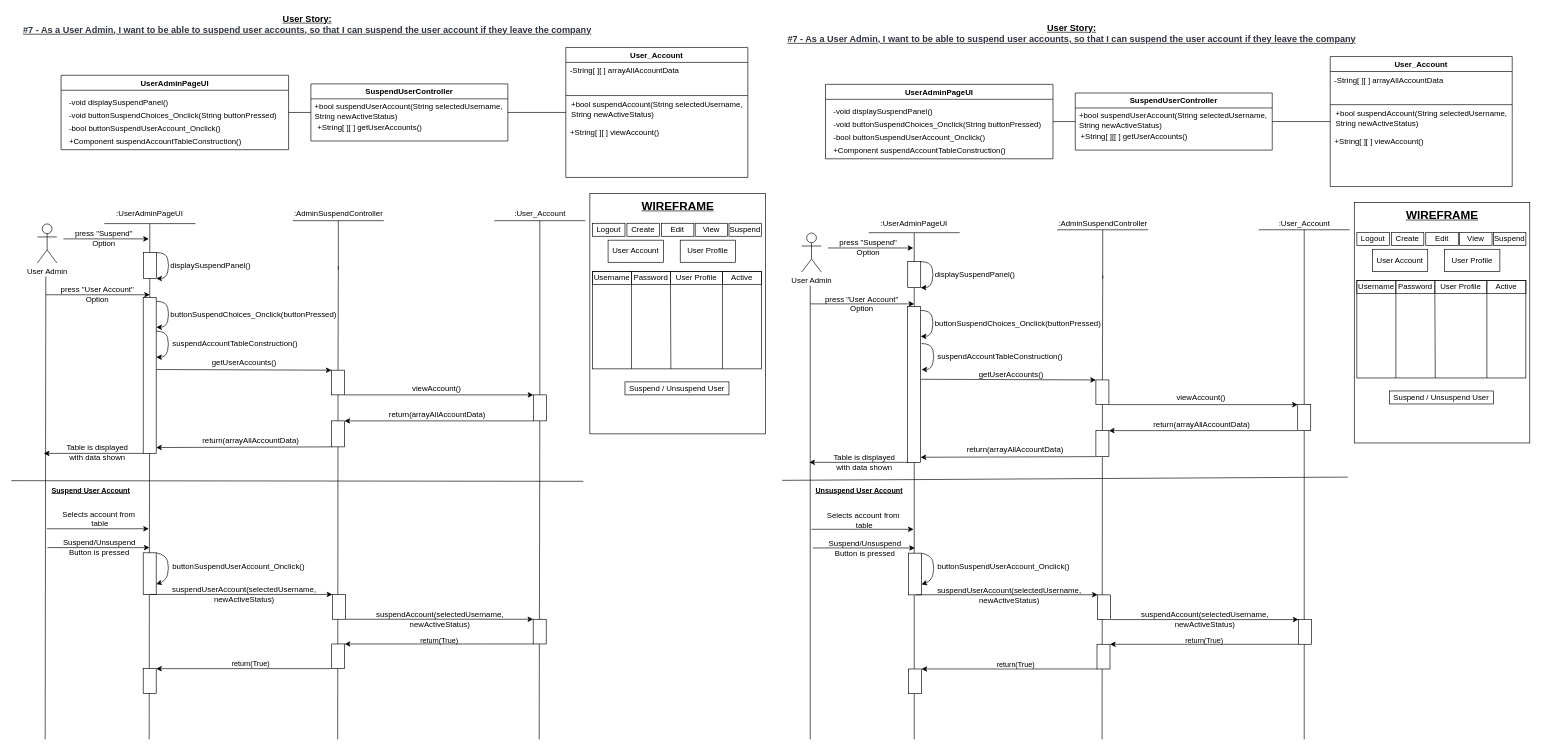
Before: BCE_UML_and_Diagrams/UserAdmin/UserAdmin_Suspend(UserStory_7)/UserStory_7_BCE_Sequence.drawio in extred5700/JAVAGUI-Restaurant-Table-Order-System, a draw.io diagram. Source tidied: cells renumbered, new cells numbered last; positions are measured from the earlier drawing's top-left corner, leaving out a move shared by most shapes. Both pictures are drawn from the tidied source at 65%, with x=0, y=0 at pixel (11, 11).
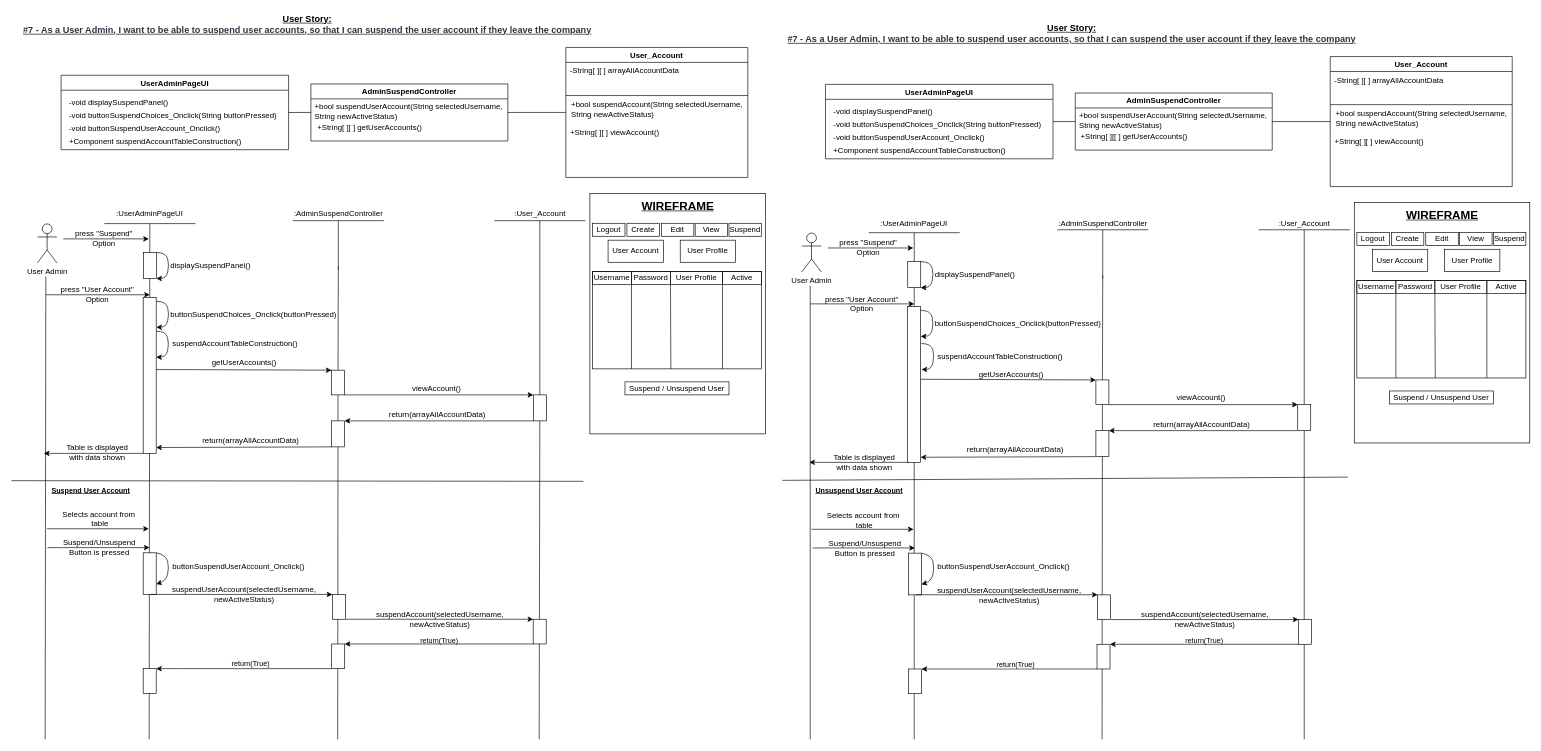
The same page after the edit.

Unchanged cells that the change refers to:
```xml
<mxCell id="5" value="UserAdminPageUI" style="swimlane;" parent="1" vertex="1">
  <mxGeometry x="76.5" y="98.3" width="350" height="114.5" as="geometry" />
</mxCell>
<mxCell id="99" value="UserAdminPageUI" style="swimlane;" parent="1" vertex="1">
  <mxGeometry x="1252.5" y="112.3" width="350" height="114.5" as="geometry" />
</mxCell>
```

What changed in the source:
```diff
@@
-    <mxCell id="7" value="-bool buttonSuspendUserAccount_Onclick()" style="text;html=1;align=left;verticalAlign=middle;strokeColor=none;fillColor=none;" parent="5" vertex="1">
+    <mxCell id="7" value="-void buttonSuspendUserAccount_Onclick()" style="text;html=1;align=left;verticalAlign=middle;strokeColor=none;fillColor=none;" parent="5" vertex="1">
       <mxGeometry x="10" y="71.7" width="250" height="20" as="geometry" />
     </mxCell>
@@
-    <mxCell id="10" value="SuspendUserController" style="swimlane;" parent="1" vertex="1">
+    <mxCell id="10" value="AdminSuspendController" style="swimlane;" parent="1" vertex="1">
       <mxGeometry x="460.8" y="111.6" width="303" height="87.8" as="geometry" />
     </mxCell>
@@
-    <mxCell id="101" value="-bool buttonSuspendUserAccount_Onclick()" style="text;html=1;align=left;verticalAlign=middle;strokeColor=none;fillColor=none;" parent="99" vertex="1">
+    <mxCell id="101" value="-void buttonSuspendUserAccount_Onclick()" style="text;html=1;align=left;verticalAlign=middle;strokeColor=none;fillColor=none;" parent="99" vertex="1">
       <mxGeometry x="10" y="71.7" width="250" height="20" as="geometry" />
     </mxCell>
@@
-    <mxCell id="104" value="SuspendUserController" style="swimlane;" parent="1" vertex="1">
+    <mxCell id="104" value="AdminSuspendController" style="swimlane;" parent="1" vertex="1">
       <mxGeometry x="1636.8" y="125.6" width="303" height="87.8" as="geometry" />
     </mxCell>
```
